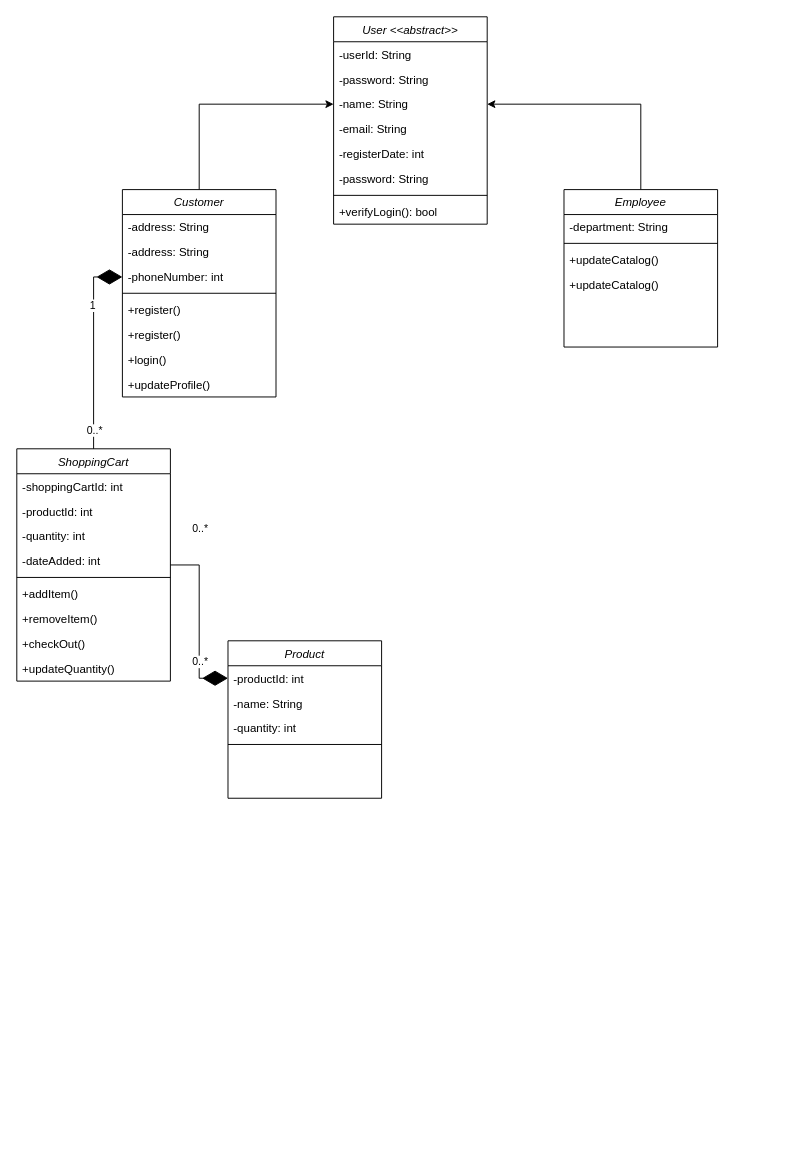
Earlier version of the draw.io diagram Documentation/Class Diagram.drawio (Azuara97/HockeyLeagues). Source tidied: cells renumbered, new cells numbered last; positions are measured from the earlier drawing's top-left corner, leaving out a move shared by most shapes. Both pictures are drawn from the tidied source at 96%, with x=0, y=0 at pixel (16, 16).
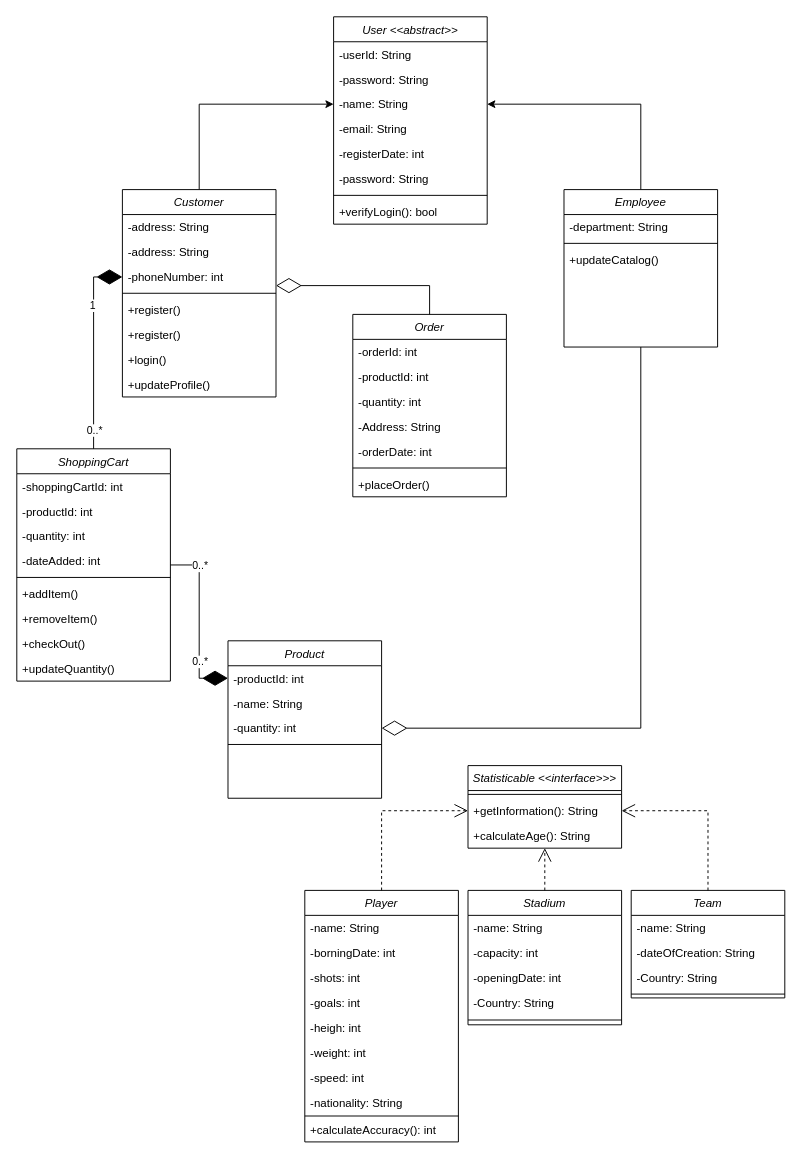
The same page after the edit.

The change refers to these unchanged cells:
```xml
<mxCell id="15" value="-phoneNumber: int" style="text;align=left;verticalAlign=top;spacingLeft=4;spacingRight=4;overflow=hidden;points=[[0,0.5],[1,0.5]];portConstraint=eastwest;rounded=0;shadow=0;html=0;" parent="12" vertex="1">
  <mxGeometry y="78" width="160" height="26" as="geometry" />
</mxCell>
<mxCell id="22" value="Employee" style="swimlane;fontStyle=2;align=center;verticalAlign=top;horizontal=1;startSize=26;rounded=0;shadow=0;strokeWidth=1;" parent="1" vertex="1">
  <mxGeometry x="570" y="180" width="160" height="164" as="geometry" />
</mxCell>
<mxCell id="43" value="-quantity: int" style="text;align=left;verticalAlign=top;spacingLeft=4;spacingRight=4;overflow=hidden;points=[[0,0.5],[1,0.5]];portConstraint=eastwest;rounded=0;shadow=0;html=0;" parent="40" vertex="1">
  <mxGeometry y="78" width="160" height="26" as="geometry" />
</mxCell>
```

The edit, as a diff of the source:
```diff
@@
-    <mxCell id="26" value="+updateCatalog()" style="text;align=left;verticalAlign=top;spacingLeft=4;spacingRight=4;overflow=hidden;rounded=0;shadow=0;html=0;" parent="22" vertex="1">
-      <mxGeometry y="86" width="160" height="26" as="geometry" />
-    </mxCell>
@@
     <mxCell id="47" value="0..*" style="edgeLabel;html=1;align=center;verticalAlign=middle;" parent="1" vertex="1">
-      <mxGeometry x="190" y="532" as="geometry" />
+      <mxGeometry x="190" y="571" as="geometry" />
     </mxCell>
+    <mxCell id="48" style="endArrow=diamondThin;endFill=0;endSize=24;html=1;rounded=0;edgeStyle=orthogonalEdgeStyle;exitX=0.5;exitY=1;exitDx=0;exitDy=0;" parent="1" edge="1" source="22" target="43">
+      <mxGeometry relative="1" as="geometry" />
+    </mxCell>
+    <mxCell id="49" value="Order" style="swimlane;fontStyle=2;align=center;verticalAlign=top;horizontal=1;startSize=26;rounded=0;shadow=0;strokeWidth=1;" parent="1" vertex="1">
+      <mxGeometry x="350" y="310" width="160" height="190" as="geometry" />
+    </mxCell>
+    <mxCell id="50" value="-orderId: int" style="text;align=left;verticalAlign=top;spacingLeft=4;spacingRight=4;overflow=hidden;rounded=0;shadow=0;html=0;" parent="49" vertex="1">
+      <mxGeometry y="26" width="160" height="26" as="geometry" />
+    </mxCell>
+    <mxCell id="51" value="-productId: int" style="text;align=left;verticalAlign=top;spacingLeft=4;spacingRight=4;overflow=hidden;rounded=0;shadow=0;html=0;" parent="49" vertex="1">
+      <mxGeometry y="52" width="160" height="26" as="geometry" />
+    </mxCell>
+    <mxCell id="52" value="-quantity: int" style="text;align=left;verticalAlign=top;spacingLeft=4;spacingRight=4;overflow=hidden;rounded=0;shadow=0;html=0;" parent="49" vertex="1">
+      <mxGeometry y="78" width="160" height="26" as="geometry" />
+    </mxCell>
+    <mxCell id="53" value="-Address: String" style="text;align=left;verticalAlign=top;spacingLeft=4;spacingRight=4;overflow=hidden;rounded=0;shadow=0;html=0;" parent="49" vertex="1">
+      <mxGeometry y="104" width="160" height="26" as="geometry" />
+    </mxCell>
+    <mxCell id="54" value="-orderDate: int" style="text;align=left;verticalAlign=top;spacingLeft=4;spacingRight=4;overflow=hidden;rounded=0;shadow=0;html=0;" parent="49" vertex="1">
+      <mxGeometry y="130" width="160" height="26" as="geometry" />
+    </mxCell>
+    <mxCell id="55" style="line;html=1;strokeWidth=1;align=left;verticalAlign=middle;spacingTop=-1;spacingLeft=3;spacingRight=3;labelPosition=right;" parent="49" vertex="1">
+      <mxGeometry y="156" width="160" height="8" as="geometry" />
+    </mxCell>
+    <mxCell id="56" value="+placeOrder()" style="text;align=left;verticalAlign=top;spacingLeft=4;spacingRight=4;overflow=hidden;rounded=0;shadow=0;html=0;" parent="49" vertex="1">
+      <mxGeometry y="164" width="160" height="26" as="geometry" />
+    </mxCell>
+    <mxCell id="57" style="endArrow=diamondThin;endFill=0;endSize=24;html=1;rounded=0;entryX=1;entryY=0.846;entryDx=0;entryDy=0;entryPerimeter=0;edgeStyle=orthogonalEdgeStyle;exitX=0.5;exitY=0;exitDx=0;exitDy=0;" parent="1" edge="1" source="49" target="15">
+      <mxGeometry relative="1" as="geometry" />
+    </mxCell>
+    <mxCell id="58" value="Statisticable &lt;&lt;interface&gt;&gt;&gt;" style="swimlane;fontStyle=2;align=center;verticalAlign=top;horizontal=1;startSize=26;rounded=0;shadow=0;strokeWidth=1;" parent="1" vertex="1">
+      <mxGeometry x="470" y="780" width="160" height="86" as="geometry" />
+    </mxCell>
+    <mxCell id="59" style="line;html=1;strokeWidth=1;align=left;verticalAlign=middle;spacingTop=-1;spacingLeft=3;spacingRight=3;labelPosition=right;" parent="58" vertex="1">
+      <mxGeometry y="26" width="160" height="8" as="geometry" />
+    </mxCell>
+    <mxCell id="60" value="+getInformation(): String" style="text;align=left;verticalAlign=top;spacingLeft=4;spacingRight=4;overflow=hidden;points=[[0,0.5],[1,0.5]];portConstraint=eastwest;rounded=0;shadow=0;html=0;" parent="58" vertex="1">
+      <mxGeometry y="34" width="160" height="26" as="geometry" />
+    </mxCell>
+    <mxCell id="61" value="+calculateAge(): String" style="text;align=left;verticalAlign=top;spacingLeft=4;spacingRight=4;overflow=hidden;rounded=0;shadow=0;html=0;" parent="58" vertex="1">
+      <mxGeometry y="60" width="160" height="26" as="geometry" />
+    </mxCell>
+    <mxCell id="62" value="Player" style="swimlane;fontStyle=2;align=center;verticalAlign=top;horizontal=1;startSize=26;rounded=0;shadow=0;strokeWidth=1;" parent="1" vertex="1">
+      <mxGeometry x="300" y="910" width="160" height="262" as="geometry" />
+    </mxCell>
+    <mxCell id="63" value="-name: String" style="text;align=left;verticalAlign=top;spacingLeft=4;spacingRight=4;overflow=hidden;rounded=0;shadow=0;html=0;" parent="62" vertex="1">
+      <mxGeometry y="26" width="160" height="26" as="geometry" />
+    </mxCell>
+    <mxCell id="64" value="-borningDate: int" style="text;align=left;verticalAlign=top;spacingLeft=4;spacingRight=4;overflow=hidden;rounded=0;shadow=0;html=0;" parent="62" vertex="1">
+      <mxGeometry y="52" width="160" height="26" as="geometry" />
+    </mxCell>
+    <mxCell id="65" value="-shots: int" style="text;align=left;verticalAlign=top;spacingLeft=4;spacingRight=4;overflow=hidden;rounded=0;shadow=0;html=0;" parent="62" vertex="1">
+      <mxGeometry y="78" width="160" height="26" as="geometry" />
+    </mxCell>
+    <mxCell id="66" value="-goals: int" style="text;align=left;verticalAlign=top;spacingLeft=4;spacingRight=4;overflow=hidden;rounded=0;shadow=0;html=0;" parent="62" vertex="1">
+      <mxGeometry y="104" width="160" height="26" as="geometry" />
+    </mxCell>
+    <mxCell id="67" value="-heigh: int" style="text;align=left;verticalAlign=top;spacingLeft=4;spacingRight=4;overflow=hidden;rounded=0;shadow=0;html=0;" parent="62" vertex="1">
+      <mxGeometry y="130" width="160" height="26" as="geometry" />
+    </mxCell>
+    <mxCell id="68" value="-weight: int" style="text;align=left;verticalAlign=top;spacingLeft=4;spacingRight=4;overflow=hidden;rounded=0;shadow=0;html=0;" parent="62" vertex="1">
+      <mxGeometry y="156" width="160" height="26" as="geometry" />
+    </mxCell>
+    <mxCell id="69" value="-speed: int" style="text;align=left;verticalAlign=top;spacingLeft=4;spacingRight=4;overflow=hidden;rounded=0;shadow=0;html=0;" parent="62" vertex="1">
+      <mxGeometry y="182" width="160" height="26" as="geometry" />
+    </mxCell>
+    <mxCell id="70" value="-nationality: String" style="text;align=left;verticalAlign=top;spacingLeft=4;spacingRight=4;overflow=hidden;rounded=0;shadow=0;html=0;" parent="62" vertex="1">
+      <mxGeometry y="208" width="160" height="26" as="geometry" />
+    </mxCell>
+    <mxCell id="71" style="line;html=1;strokeWidth=1;align=left;verticalAlign=middle;spacingTop=-1;spacingLeft=3;spacingRight=3;labelPosition=right;" parent="62" vertex="1">
+      <mxGeometry y="234" width="160" height="2" as="geometry" />
+    </mxCell>
+    <mxCell id="72" value="+calculateAccuracy(): int" style="text;align=left;verticalAlign=top;spacingLeft=4;spacingRight=4;overflow=hidden;rounded=0;shadow=0;html=0;" parent="62" vertex="1">
+      <mxGeometry y="236" width="160" height="26" as="geometry" />
+    </mxCell>
+    <mxCell id="73" value="Stadium" style="swimlane;fontStyle=2;align=center;verticalAlign=top;horizontal=1;startSize=26;rounded=0;shadow=0;strokeWidth=1;" parent="1" vertex="1">
+      <mxGeometry x="470" y="910" width="160" height="140" as="geometry" />
+    </mxCell>
+    <mxCell id="74" value="-name: String" style="text;align=left;verticalAlign=top;spacingLeft=4;spacingRight=4;overflow=hidden;rounded=0;shadow=0;html=0;" parent="73" vertex="1">
+      <mxGeometry y="26" width="160" height="26" as="geometry" />
+    </mxCell>
+    <mxCell id="75" value="-capacity: int" style="text;align=left;verticalAlign=top;spacingLeft=4;spacingRight=4;overflow=hidden;rounded=0;shadow=0;html=0;" parent="73" vertex="1">
+      <mxGeometry y="52" width="160" height="26" as="geometry" />
+    </mxCell>
+    <mxCell id="76" value="-openingDate: int" style="text;align=left;verticalAlign=top;spacingLeft=4;spacingRight=4;overflow=hidden;rounded=0;shadow=0;html=0;" parent="73" vertex="1">
+      <mxGeometry y="78" width="160" height="26" as="geometry" />
+    </mxCell>
+    <mxCell id="77" value="-Country: String" style="text;align=left;verticalAlign=top;spacingLeft=4;spacingRight=4;overflow=hidden;rounded=0;shadow=0;html=0;" parent="73" vertex="1">
+      <mxGeometry y="104" width="160" height="26" as="geometry" />
+    </mxCell>
+    <mxCell id="78" style="line;html=1;strokeWidth=1;align=left;verticalAlign=middle;spacingTop=-1;spacingLeft=3;spacingRight=3;labelPosition=right;" parent="73" vertex="1">
+      <mxGeometry y="130" width="160" height="10" as="geometry" />
+    </mxCell>
+    <mxCell id="79" value="Team" style="swimlane;fontStyle=2;align=center;verticalAlign=top;horizontal=1;startSize=26;rounded=0;shadow=0;strokeWidth=1;" parent="1" vertex="1">
+      <mxGeometry x="640" y="910" width="160" height="112" as="geometry" />
+    </mxCell>
+    <mxCell id="80" value="-name: String" style="text;align=left;verticalAlign=top;spacingLeft=4;spacingRight=4;overflow=hidden;rounded=0;shadow=0;html=0;" parent="79" vertex="1">
+      <mxGeometry y="26" width="160" height="26" as="geometry" />
+    </mxCell>
+    <mxCell id="81" value="-dateOfCreation: String" style="text;align=left;verticalAlign=top;spacingLeft=4;spacingRight=4;overflow=hidden;rounded=0;shadow=0;html=0;" parent="79" vertex="1">
+      <mxGeometry y="52" width="160" height="26" as="geometry" />
+    </mxCell>
+    <mxCell id="82" value="-Country: String" style="text;align=left;verticalAlign=top;spacingLeft=4;spacingRight=4;overflow=hidden;rounded=0;shadow=0;html=0;" parent="79" vertex="1">
+      <mxGeometry y="78" width="160" height="26" as="geometry" />
+    </mxCell>
+    <mxCell id="83" style="line;html=1;strokeWidth=1;align=left;verticalAlign=middle;spacingTop=-1;spacingLeft=3;spacingRight=3;labelPosition=right;" parent="79" vertex="1">
+      <mxGeometry y="104" width="160" height="8" as="geometry" />
+    </mxCell>
+    <mxCell id="84" style="endArrow=open;endSize=12;dashed=1;html=1;rounded=0;edgeStyle=orthogonalEdgeStyle;exitX=0.5;exitY=0;exitDx=0;exitDy=0;entryX=0;entryY=0.5;entryDx=0;entryDy=0;" parent="1" edge="1" source="62" target="60">
+      <mxGeometry relative="1" as="geometry" />
+    </mxCell>
+    <mxCell id="85" style="endArrow=open;endSize=12;dashed=1;html=1;rounded=0;edgeStyle=orthogonalEdgeStyle;exitX=0.5;exitY=0;exitDx=0;exitDy=0;entryX=0.5;entryY=1;entryDx=0;entryDy=0;" parent="1" edge="1" source="73" target="58">
+      <mxGeometry relative="1" as="geometry" />
+    </mxCell>
+    <mxCell id="86" style="endArrow=open;endSize=12;dashed=1;html=1;rounded=0;edgeStyle=orthogonalEdgeStyle;exitX=0.5;exitY=0;exitDx=0;exitDy=0;entryX=1;entryY=0.5;entryDx=0;entryDy=0;" parent="1" edge="1" source="79" target="60">
+      <mxGeometry relative="1" as="geometry" />
+    </mxCell>
```
